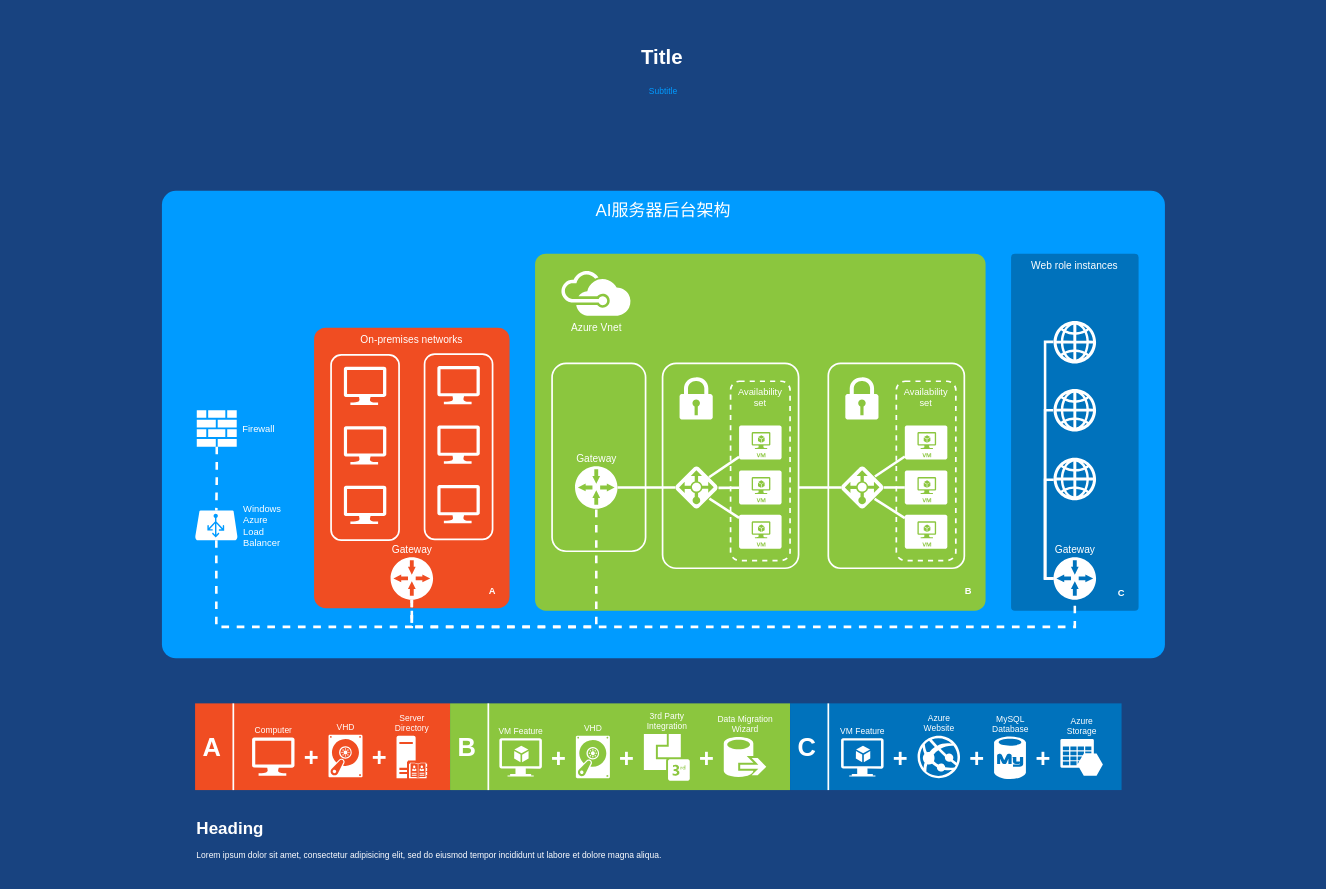
The draw.io diagram 未命名绘图.drawio in HLH13297997663/FaceRecognition, before the edit. Source tidied: cells renumbered, new cells numbered last; positions are measured from the earlier drawing's top-left corner, leaving out a move shared by most shapes. Both pictures are drawn from the tidied source at 85%, with x=0, y=0 at pixel (14, 40).
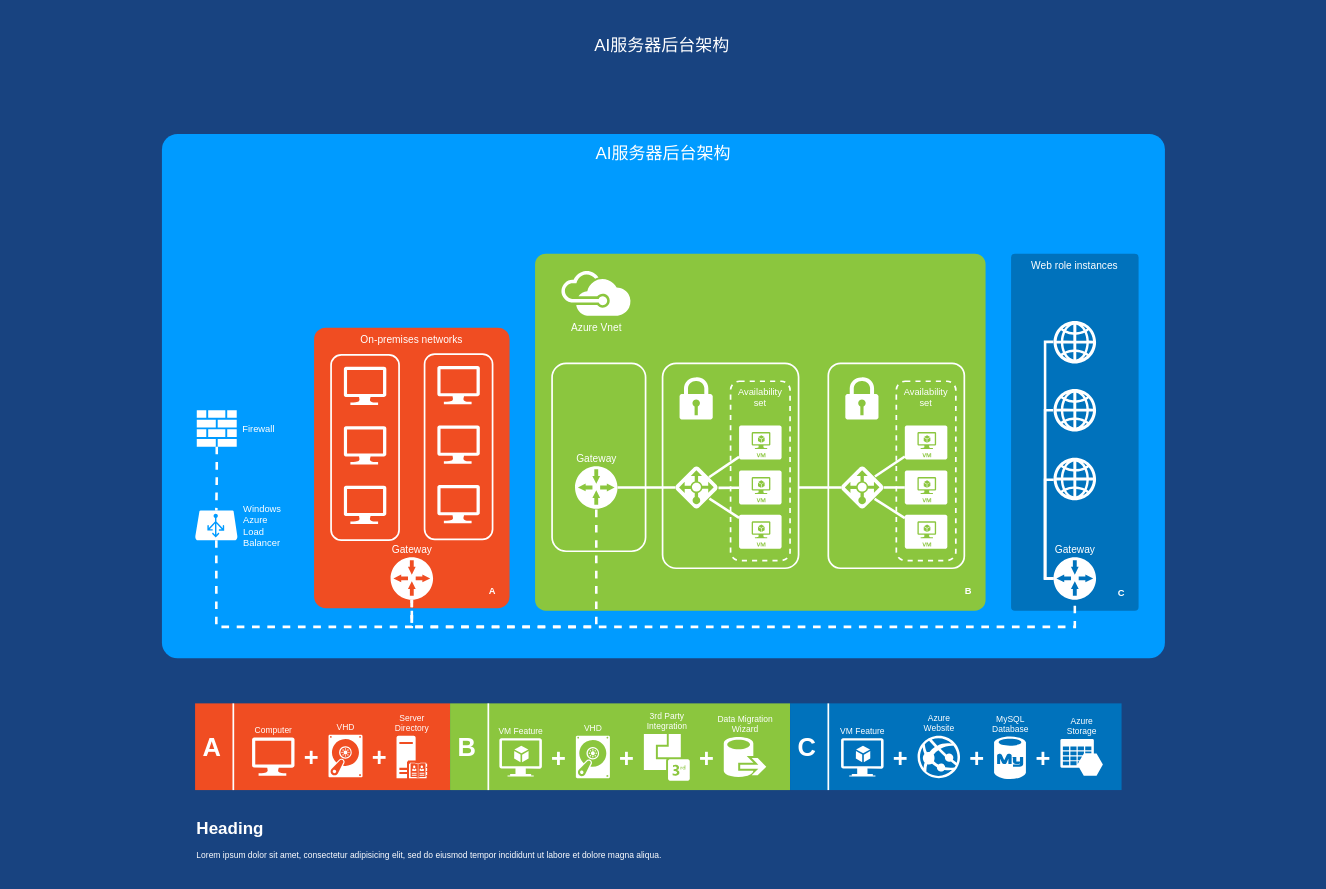
After the change.

Commit message:
更新未命名绘图.drawio

Diff of the diagram source:
```diff
@@
     <mxCell id="2" value="AI服务器后台架构" style="whiteSpace=wrap;html=1;rounded=1;shadow=0;strokeColor=none;strokeWidth=2;fillColor=#009BFF;fontSize=20;fontColor=#FFFFFF;align=center;arcSize=3;verticalAlign=top;spacingTop=4;" parent="1" vertex="1">
-      <mxGeometry x="173" y="177" width="1180" height="550" as="geometry" />
+      <mxGeometry x="173" y="110" width="1180" height="617" as="geometry" />
     </mxCell>
@@
-    <mxCell id="83" value="Title" style="text;strokeColor=none;fillColor=none;html=1;fontSize=24;fontStyle=1;verticalAlign=middle;align=center;rounded=0;shadow=0;fontColor=#FFFFFF;" parent="1" vertex="1">
-      <mxGeometry x="6" width="1510" height="40" as="geometry" />
+    <mxCell id="83" value="&lt;span style=&quot;font-size: 20px; font-weight: 400;&quot;&gt;AI服务器后台架构&lt;/span&gt;" style="text;strokeColor=none;fillColor=none;html=1;fontSize=24;fontStyle=1;verticalAlign=middle;align=center;rounded=0;shadow=0;fontColor=#FFFFFF;" parent="1" vertex="1">
+      <mxGeometry x="6" y="-30" width="1510" height="70" as="geometry" />
     </mxCell>
-    <mxCell id="84" value="Subtitle" style="text;html=1;strokeColor=none;fillColor=none;align=center;verticalAlign=middle;whiteSpace=wrap;rounded=0;shadow=0;fontSize=10;fontColor=#009BFF;" parent="1" vertex="1">
-      <mxGeometry y="50" width="1526" height="20" as="geometry" />
-    </mxCell>
```
